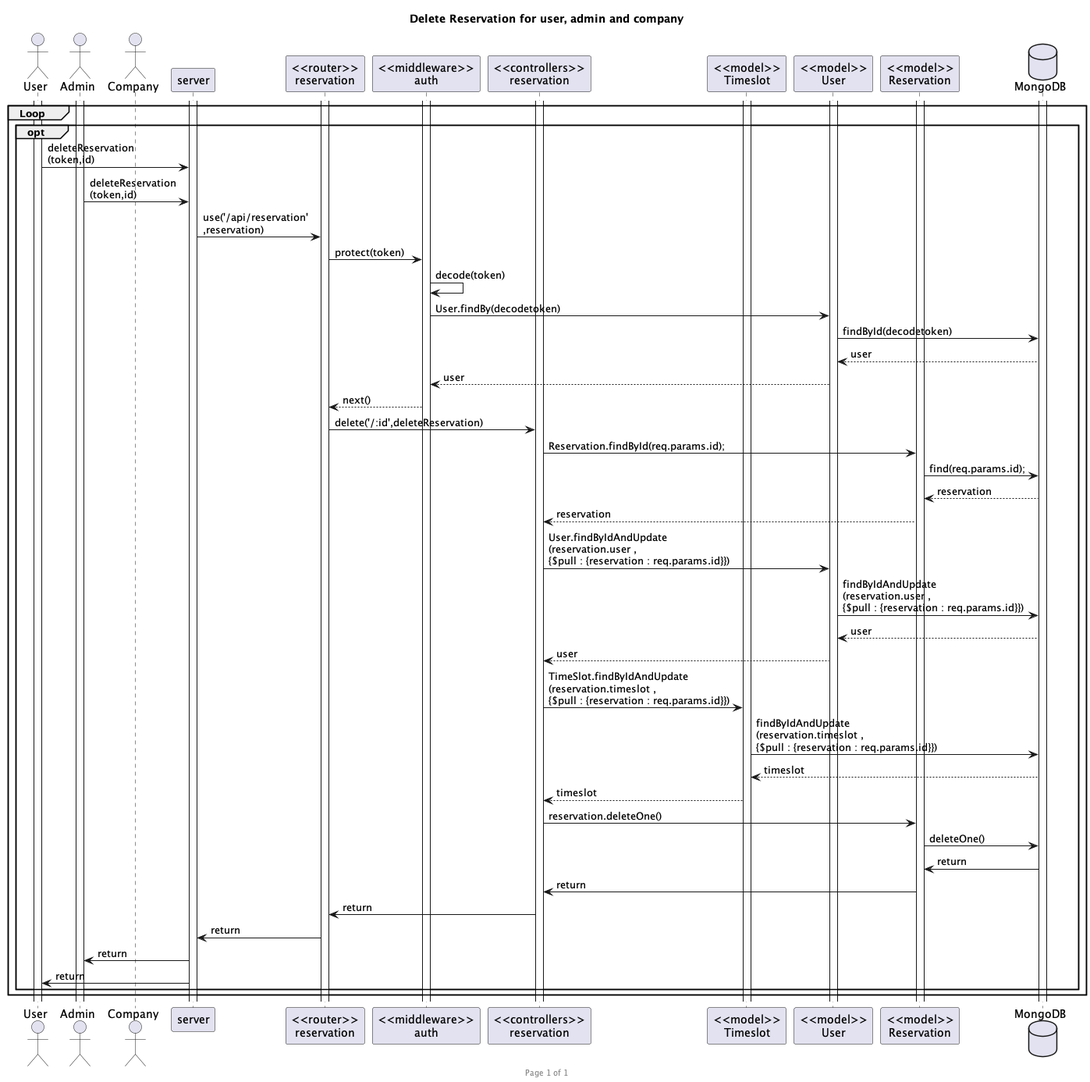
Before: out/deleteReservation.png, a diagram exported from PlantUML (NAT-SIRIRUANGBUN/backend). Its diagram source:
```plantuml
@startuml deleteReservation

footer Page %page% of %lastpage%
title "Delete Reservation for user, admin and company"

actor "User" as user
actor "Admin" as admin
actor "Company" as company
participant "server" as server
participant "<<router>>\nreservation" as routerReserv
participant "<<middleware>>\nauth" as middleAuth
participant "<<controllers>>\nreservation" as controllersReserv
participant "<<model>>\nTimeslot" as modelTimeslot
participant "<<model>>\nUser" as modelUser
participant "<<model>>\nReservation" as modelReserv
database "MongoDB" as mongoDB

group Loop
    group opt
        activate user
        activate server
        activate routerReserv
        activate middleAuth
        activate controllersReserv
        activate modelUser
        activate modelReserv
        activate mongoDB
        activate admin
        activate modelTimeslot

        user->server :deleteReservation\n(token,id)
        admin -> server :deleteReservation\n(token,id)
        server->routerReserv :use('/api/reservation'\n,reservation)
        routerReserv -> middleAuth : protect(token)
        middleAuth -> middleAuth : decode(token)
        middleAuth -> modelUser : User.findBy(decodetoken)
        modelUser -> mongoDB : findById(decodetoken)

        modelUser <-- mongoDB : user
        middleAuth <-- modelUser : user
        routerReserv <-- middleAuth : next()

        routerReserv -> controllersReserv : delete('/:id',deleteReservation)
        controllersReserv -> modelReserv :  Reservation.findById(req.params.id);
        modelReserv -> mongoDB :  find(req.params.id);

        modelReserv <-- mongoDB : reservation
        controllersReserv <-- modelReserv : reservation

        controllersReserv -> modelUser : User.findByIdAndUpdate\n(reservation.user , \n{$pull : {reservation : req.params.id}})
        modelUser -> mongoDB : findByIdAndUpdate\n(reservation.user , \n{$pull : {reservation : req.params.id}})

        modelUser <-- mongoDB : user
        controllersReserv <-- modelUser : user

        controllersReserv -> modelTimeslot : TimeSlot.findByIdAndUpdate\n(reservation.timeslot , \n{$pull : {reservation : req.params.id}})
        modelTimeslot -> mongoDB : findByIdAndUpdate\n(reservation.timeslot , \n{$pull : {reservation : req.params.id}})

        modelTimeslot <-- mongoDB : timeslot
        controllersReserv <-- modelTimeslot : timeslot

        controllersReserv -> modelReserv : reservation.deleteOne()
        modelReserv -> mongoDB : deleteOne()

        modelReserv <- mongoDB :return
        controllersReserv <- modelReserv : return
        routerReserv <- controllersReserv : return
        server <- routerReserv : return
        admin <- server : return
        user <- server : return
    end
end

@enduml
```
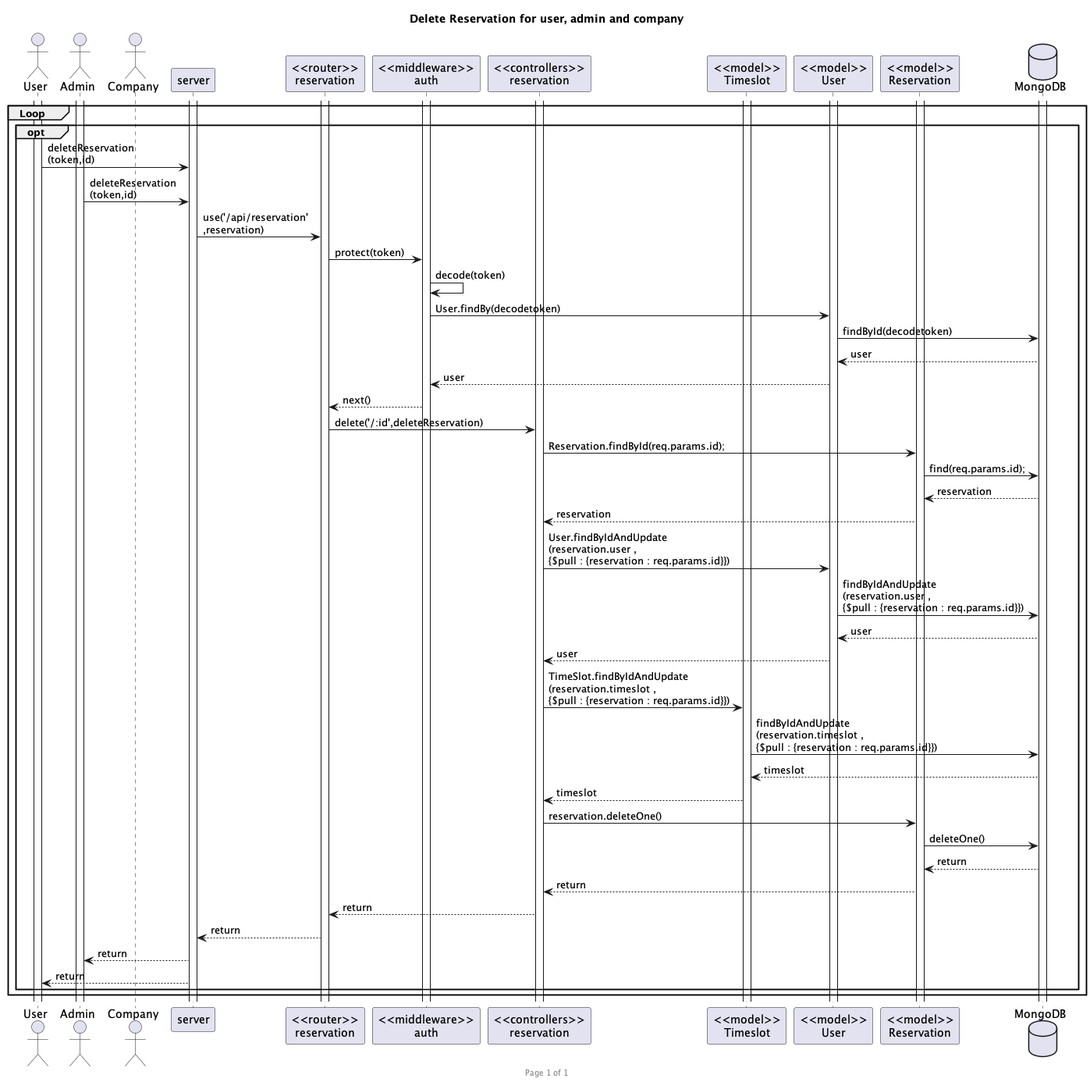
Above is the later version.

What changed in the source:
```diff
@@ -62,12 +62,12 @@
         controllersReserv -> modelReserv : reservation.deleteOne()
         modelReserv -> mongoDB : deleteOne()
 
-        modelReserv <- mongoDB :return
-        controllersReserv <- modelReserv : return
-        routerReserv <- controllersReserv : return
-        server <- routerReserv : return
-        admin <- server : return
-        user <- server : return
+        modelReserv <-- mongoDB :return
+        controllersReserv <-- modelReserv : return
+        routerReserv <-- controllersReserv : return
+        server <-- routerReserv : return
+        admin <-- server : return
+        user <-- server : return
     end
 end
 
```
